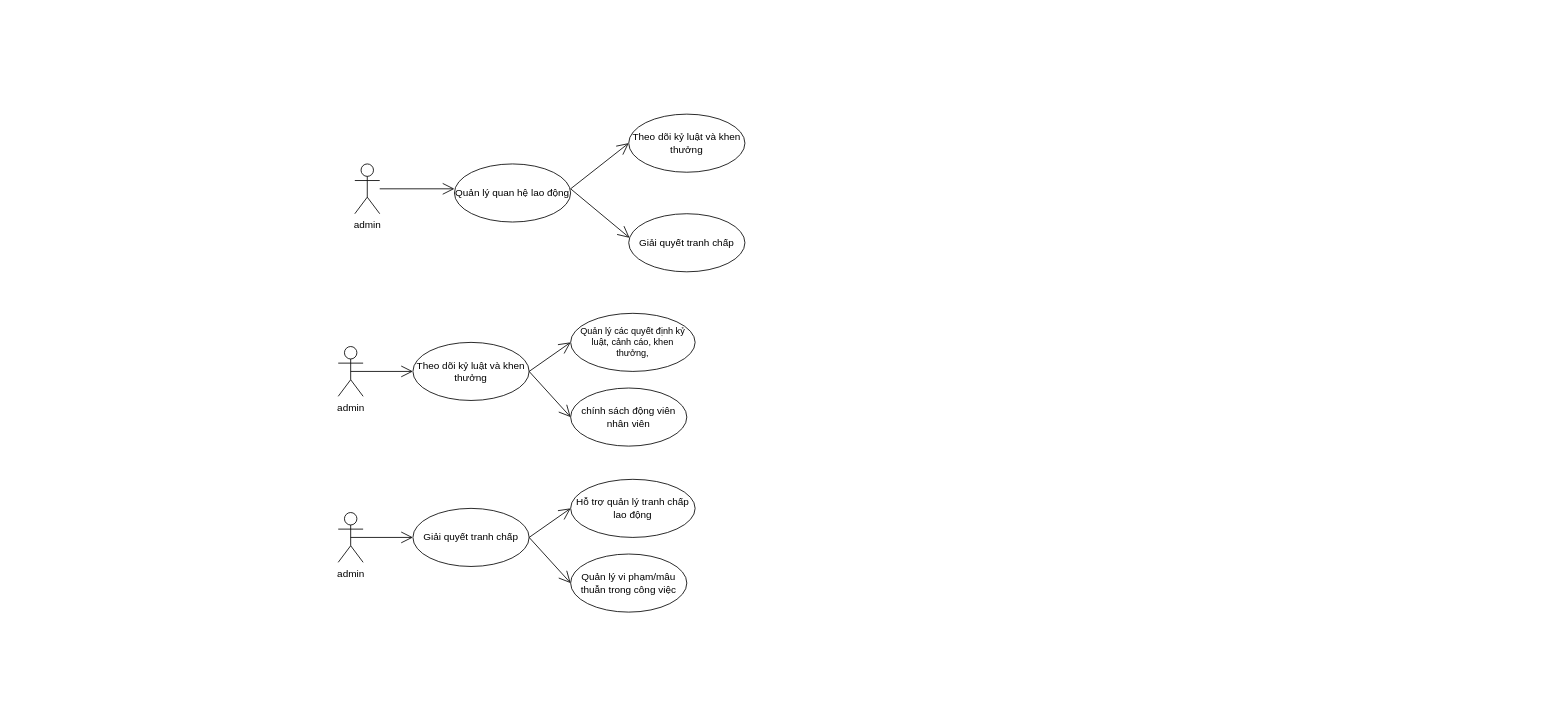
This is page "Thien" (1 of 2) of diagram.drawio from thienlhtst/Diagram, a draw.io file, before an edit. Source tidied: cells renumbered, new cells numbered last; positions are measured from the earlier drawing's top-left corner, leaving out a move shared by most shapes. Both pictures are drawn from the tidied source at 83%, with x=0, y=0 at pixel (338, 114).
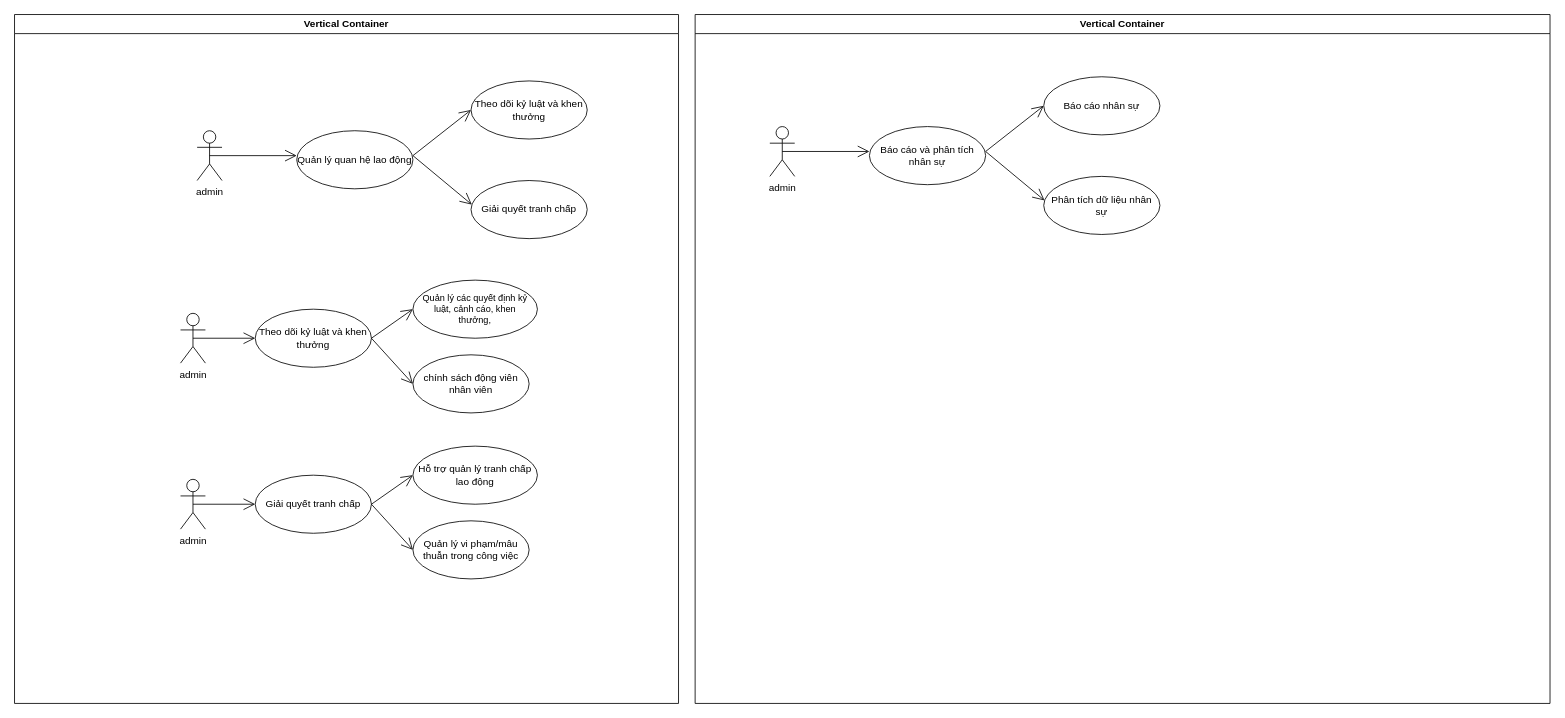
Above is the later version.

Commit message:
Cập nhật diagram.drawio

Change to the diagram source:
```diff
@@
+    <mxCell id="23" value="Vertical Container" style="swimlane;whiteSpace=wrap;html=1;" parent="1" vertex="1">
+      <mxGeometry x="-390" y="-120" width="800" height="830" as="geometry" />
+    </mxCell>
-    <mxCell id="2" value="admin" style="shape=umlActor;verticalLabelPosition=bottom;verticalAlign=top;html=1;outlineConnect=0;" parent="1" vertex="1">
-      <mxGeometry x="20" y="60" width="30" height="60" as="geometry" />
+    <mxCell id="2" value="admin" style="shape=umlActor;verticalLabelPosition=bottom;verticalAlign=top;html=1;outlineConnect=0;" parent="23" vertex="1">
+      <mxGeometry x="220" y="140" width="30" height="60" as="geometry" />
     </mxCell>
-    <mxCell id="3" value="Quản lý quan hệ lao động" style="ellipse;whiteSpace=wrap;html=1;" parent="1" vertex="1">
-      <mxGeometry x="140" y="60" width="140" height="70" as="geometry" />
+    <mxCell id="3" value="Quản lý quan hệ lao động" style="ellipse;whiteSpace=wrap;html=1;" parent="23" vertex="1">
+      <mxGeometry x="340" y="140" width="140" height="70" as="geometry" />
     </mxCell>
-    <mxCell id="4" style="endArrow=open;endFill=1;endSize=12;html=1;rounded=0;" parent="1" edge="1">
+    <mxCell id="4" style="endArrow=open;endFill=1;endSize=12;html=1;rounded=0;exitX=0.5;exitY=0.5;exitDx=0;exitDy=0;exitPerimeter=0;" parent="23" edge="1" source="2">
       <mxGeometry relative="1" as="geometry">
-        <mxPoint x="50" y="90" as="sourcePoint" />
-        <mxPoint x="140" y="90" as="targetPoint" />
+        <mxPoint x="340" y="170" as="targetPoint" />
       </mxGeometry>
     </mxCell>
-    <mxCell id="5" style="endArrow=open;endFill=1;endSize=12;html=1;rounded=0;entryX=0;entryY=0.5;entryDx=0;entryDy=0;" parent="1" edge="1" target="7">
+    <mxCell id="5" style="endArrow=open;endFill=1;endSize=12;html=1;rounded=0;entryX=0;entryY=0.5;entryDx=0;entryDy=0;" parent="23" edge="1" target="7">
       <mxGeometry relative="1" as="geometry">
-        <mxPoint x="280" y="90" as="sourcePoint" />
+        <mxPoint x="480" y="170" as="sourcePoint" />
       </mxGeometry>
     </mxCell>
-    <mxCell id="6" style="endArrow=open;endFill=1;endSize=12;html=1;rounded=0;entryX=0.007;entryY=0.414;entryDx=0;entryDy=0;entryPerimeter=0;" parent="1" edge="1" target="8">
+    <mxCell id="6" style="endArrow=open;endFill=1;endSize=12;html=1;rounded=0;entryX=0.007;entryY=0.414;entryDx=0;entryDy=0;entryPerimeter=0;" parent="23" edge="1" target="8">
       <mxGeometry relative="1" as="geometry">
-        <mxPoint x="280" y="90" as="sourcePoint" />
+        <mxPoint x="480" y="170" as="sourcePoint" />
       </mxGeometry>
     </mxCell>
-    <mxCell id="7" value="Theo dõi kỷ luật và khen thưởng" style="ellipse;whiteSpace=wrap;html=1;" parent="1" vertex="1">
-      <mxGeometry x="350" width="140" height="70" as="geometry" />
+    <mxCell id="7" value="Theo dõi kỷ luật và khen thưởng" style="ellipse;whiteSpace=wrap;html=1;" parent="23" vertex="1">
+      <mxGeometry x="550" y="80" width="140" height="70" as="geometry" />
     </mxCell>
-    <mxCell id="8" value="Giải quyết tranh chấp" style="ellipse;whiteSpace=wrap;html=1;" parent="1" vertex="1">
-      <mxGeometry x="350" y="120" width="140" height="70" as="geometry" />
+    <mxCell id="8" value="Giải quyết tranh chấp" style="ellipse;whiteSpace=wrap;html=1;" parent="23" vertex="1">
+      <mxGeometry x="550" y="200" width="140" height="70" as="geometry" />
     </mxCell>
-    <mxCell id="9" value="admin" style="shape=umlActor;verticalLabelPosition=bottom;verticalAlign=top;html=1;outlineConnect=0;" parent="1" vertex="1">
-      <mxGeometry y="280" width="30" height="60" as="geometry" />
+    <mxCell id="9" value="admin" style="shape=umlActor;verticalLabelPosition=bottom;verticalAlign=top;html=1;outlineConnect=0;" parent="23" vertex="1">
+      <mxGeometry x="200" y="360" width="30" height="60" as="geometry" />
     </mxCell>
-    <mxCell id="10" style="endArrow=open;endFill=1;endSize=12;html=1;rounded=0;exitX=0.5;exitY=0.5;exitDx=0;exitDy=0;exitPerimeter=0;" parent="1" edge="1" source="9">
+    <mxCell id="10" style="endArrow=open;endFill=1;endSize=12;html=1;rounded=0;exitX=0.5;exitY=0.5;exitDx=0;exitDy=0;exitPerimeter=0;" parent="23" edge="1" source="9">
       <mxGeometry relative="1" as="geometry">
-        <mxPoint x="90" y="310" as="targetPoint" />
+        <mxPoint x="290" y="390" as="targetPoint" />
       </mxGeometry>
     </mxCell>
-    <mxCell id="11" value="Theo dõi kỷ luật và khen thưởng" style="ellipse;whiteSpace=wrap;html=1;" parent="1" vertex="1">
-      <mxGeometry x="90" y="275" width="140" height="70" as="geometry" />
+    <mxCell id="11" value="Theo dõi kỷ luật và khen thưởng" style="ellipse;whiteSpace=wrap;html=1;" parent="23" vertex="1">
+      <mxGeometry x="290" y="355" width="140" height="70" as="geometry" />
     </mxCell>
-    <mxCell id="12" value="&lt;div style=&quot;font-size: 11px;&quot;&gt;&lt;span style=&quot;background-color: initial;&quot;&gt;&lt;font style=&quot;font-size: 11px;&quot;&gt;Quản lý các quyết định kỷ luật, cảnh cáo, khen&lt;/font&gt;&lt;/span&gt;&lt;/div&gt;&lt;div style=&quot;font-size: 11px;&quot;&gt;&lt;span style=&quot;background-color: initial;&quot;&gt;thưởng,&lt;/span&gt;&lt;/div&gt;" style="ellipse;whiteSpace=wrap;html=1;align=center;" parent="1" vertex="1">
-      <mxGeometry x="280" y="240" width="150" height="70" as="geometry" />
+    <mxCell id="12" value="&lt;div style=&quot;font-size: 11px;&quot;&gt;&lt;span style=&quot;background-color: initial;&quot;&gt;&lt;font style=&quot;font-size: 11px;&quot;&gt;Quản lý các quyết định kỷ luật, cảnh cáo, khen&lt;/font&gt;&lt;/span&gt;&lt;/div&gt;&lt;div style=&quot;font-size: 11px;&quot;&gt;&lt;span style=&quot;background-color: initial;&quot;&gt;thưởng,&lt;/span&gt;&lt;/div&gt;" style="ellipse;whiteSpace=wrap;html=1;align=center;" parent="23" vertex="1">
+      <mxGeometry x="480" y="320" width="150" height="70" as="geometry" />
     </mxCell>
-    <mxCell id="13" value="chính sách động viên nhân viên" style="ellipse;whiteSpace=wrap;html=1;" parent="1" vertex="1">
-      <mxGeometry x="280" y="330" width="140" height="70" as="geometry" />
+    <mxCell id="13" value="chính sách động viên nhân viên" style="ellipse;whiteSpace=wrap;html=1;" parent="23" vertex="1">
+      <mxGeometry x="480" y="410" width="140" height="70" as="geometry" />
     </mxCell>
-    <mxCell id="14" style="endArrow=open;endFill=1;endSize=12;html=1;rounded=0;entryX=0;entryY=0.5;entryDx=0;entryDy=0;exitX=1;exitY=0.5;exitDx=0;exitDy=0;" parent="1" edge="1" source="11" target="12">
+    <mxCell id="14" style="endArrow=open;endFill=1;endSize=12;html=1;rounded=0;entryX=0;entryY=0.5;entryDx=0;entryDy=0;exitX=1;exitY=0.5;exitDx=0;exitDy=0;" parent="23" edge="1" source="11" target="12">
       <mxGeometry relative="1" as="geometry" />
     </mxCell>
-    <mxCell id="15" style="endArrow=open;endFill=1;endSize=12;html=1;rounded=0;entryX=0;entryY=0.5;entryDx=0;entryDy=0;exitX=1;exitY=0.5;exitDx=0;exitDy=0;" parent="1" edge="1" source="11" target="13">
+    <mxCell id="15" style="endArrow=open;endFill=1;endSize=12;html=1;rounded=0;entryX=0;entryY=0.5;entryDx=0;entryDy=0;exitX=1;exitY=0.5;exitDx=0;exitDy=0;" parent="23" edge="1" source="11" target="13">
       <mxGeometry relative="1" as="geometry" />
     </mxCell>
-    <mxCell id="16" value="admin" style="shape=umlActor;verticalLabelPosition=bottom;verticalAlign=top;html=1;outlineConnect=0;" parent="1" vertex="1">
-      <mxGeometry y="480" width="30" height="60" as="geometry" />
+    <mxCell id="16" value="admin" style="shape=umlActor;verticalLabelPosition=bottom;verticalAlign=top;html=1;outlineConnect=0;" parent="23" vertex="1">
+      <mxGeometry x="200" y="560" width="30" height="60" as="geometry" />
     </mxCell>
-    <mxCell id="17" style="endArrow=open;endFill=1;endSize=12;html=1;rounded=0;exitX=0.5;exitY=0.5;exitDx=0;exitDy=0;exitPerimeter=0;" parent="1" edge="1" source="16">
+    <mxCell id="17" style="endArrow=open;endFill=1;endSize=12;html=1;rounded=0;exitX=0.5;exitY=0.5;exitDx=0;exitDy=0;exitPerimeter=0;" parent="23" edge="1" source="16">
       <mxGeometry relative="1" as="geometry">
-        <mxPoint x="90" y="510" as="targetPoint" />
+        <mxPoint x="290" y="590" as="targetPoint" />
       </mxGeometry>
     </mxCell>
-    <mxCell id="18" value="Giải quyết tranh chấp" style="ellipse;whiteSpace=wrap;html=1;" parent="1" vertex="1">
-      <mxGeometry x="90" y="475" width="140" height="70" as="geometry" />
+    <mxCell id="18" value="Giải quyết tranh chấp" style="ellipse;whiteSpace=wrap;html=1;" parent="23" vertex="1">
+      <mxGeometry x="290" y="555" width="140" height="70" as="geometry" />
     </mxCell>
-    <mxCell id="19" value="&lt;div style=&quot;font-size: 11px;&quot;&gt;&lt;span style=&quot;background-color: initial; font-size: 12px;&quot;&gt;Hỗ trợ quản lý&amp;nbsp;&lt;/span&gt;&lt;span style=&quot;background-color: initial; font-size: 12px;&quot;&gt;tranh chấp lao động&lt;/span&gt;&lt;br&gt;&lt;/div&gt;" style="ellipse;whiteSpace=wrap;html=1;align=center;" parent="1" vertex="1">
-      <mxGeometry x="280" y="440" width="150" height="70" as="geometry" />
+    <mxCell id="19" value="&lt;div style=&quot;font-size: 11px;&quot;&gt;&lt;span style=&quot;background-color: initial; font-size: 12px;&quot;&gt;Hỗ trợ quản lý&amp;nbsp;&lt;/span&gt;&lt;span style=&quot;background-color: initial; font-size: 12px;&quot;&gt;tranh chấp lao động&lt;/span&gt;&lt;br&gt;&lt;/div&gt;" style="ellipse;whiteSpace=wrap;html=1;align=center;" parent="23" vertex="1">
+      <mxGeometry x="480" y="520" width="150" height="70" as="geometry" />
     </mxCell>
-    <mxCell id="20" value="Quản lý vi phạm/mâu thuẫn trong công việc" style="ellipse;whiteSpace=wrap;html=1;" parent="1" vertex="1">
-      <mxGeometry x="280" y="530" width="140" height="70" as="geometry" />
+    <mxCell id="20" value="Quản lý vi phạm/mâu thuẫn trong công việc" style="ellipse;whiteSpace=wrap;html=1;" parent="23" vertex="1">
+      <mxGeometry x="480" y="610" width="140" height="70" as="geometry" />
     </mxCell>
-    <mxCell id="21" style="endArrow=open;endFill=1;endSize=12;html=1;rounded=0;entryX=0;entryY=0.5;entryDx=0;entryDy=0;exitX=1;exitY=0.5;exitDx=0;exitDy=0;" parent="1" edge="1" source="18" target="19">
+    <mxCell id="21" style="endArrow=open;endFill=1;endSize=12;html=1;rounded=0;entryX=0;entryY=0.5;entryDx=0;entryDy=0;exitX=1;exitY=0.5;exitDx=0;exitDy=0;" parent="23" edge="1" source="18" target="19">
       <mxGeometry relative="1" as="geometry" />
     </mxCell>
-    <mxCell id="22" style="endArrow=open;endFill=1;endSize=12;html=1;rounded=0;entryX=0;entryY=0.5;entryDx=0;entryDy=0;exitX=1;exitY=0.5;exitDx=0;exitDy=0;" parent="1" edge="1" source="18" target="20">
+    <mxCell id="22" style="endArrow=open;endFill=1;endSize=12;html=1;rounded=0;entryX=0;entryY=0.5;entryDx=0;entryDy=0;exitX=1;exitY=0.5;exitDx=0;exitDy=0;" parent="23" edge="1" source="18" target="20">
       <mxGeometry relative="1" as="geometry" />
     </mxCell>
+    <mxCell id="24" value="Vertical Container" style="swimlane;whiteSpace=wrap;html=1;" parent="1" vertex="1">
+      <mxGeometry x="430" y="-120" width="1030" height="830" as="geometry" />
+    </mxCell>
+    <mxCell id="25" value="admin" style="shape=umlActor;verticalLabelPosition=bottom;verticalAlign=top;html=1;outlineConnect=0;" parent="24" vertex="1">
+      <mxGeometry x="90" y="135" width="30" height="60" as="geometry" />
+    </mxCell>
+    <mxCell id="26" value="Báo cáo và phân tích nhân sự" style="ellipse;whiteSpace=wrap;html=1;" parent="24" vertex="1">
+      <mxGeometry x="210" y="135" width="140" height="70" as="geometry" />
+    </mxCell>
+    <mxCell id="27" style="endArrow=open;endFill=1;endSize=12;html=1;rounded=0;exitX=0.5;exitY=0.5;exitDx=0;exitDy=0;exitPerimeter=0;" parent="24" edge="1" source="25">
+      <mxGeometry relative="1" as="geometry">
+        <mxPoint x="210" y="165" as="targetPoint" />
+      </mxGeometry>
+    </mxCell>
+    <mxCell id="28" style="endArrow=open;endFill=1;endSize=12;html=1;rounded=0;entryX=0;entryY=0.5;entryDx=0;entryDy=0;" parent="24" edge="1" target="30">
+      <mxGeometry relative="1" as="geometry">
+        <mxPoint x="350" y="165" as="sourcePoint" />
+      </mxGeometry>
+    </mxCell>
+    <mxCell id="29" style="endArrow=open;endFill=1;endSize=12;html=1;rounded=0;entryX=0.007;entryY=0.414;entryDx=0;entryDy=0;entryPerimeter=0;" parent="24" edge="1" target="31">
+      <mxGeometry relative="1" as="geometry">
+        <mxPoint x="350" y="165" as="sourcePoint" />
+      </mxGeometry>
+    </mxCell>
+    <mxCell id="30" value="Báo cáo nhân sự" style="ellipse;whiteSpace=wrap;html=1;" parent="24" vertex="1">
+      <mxGeometry x="420" y="75" width="140" height="70" as="geometry" />
+    </mxCell>
+    <mxCell id="31" value="Phân tích dữ liệu nhân sự" style="ellipse;whiteSpace=wrap;html=1;" parent="24" vertex="1">
+      <mxGeometry x="420" y="195" width="140" height="70" as="geometry" />
+    </mxCell>
```
